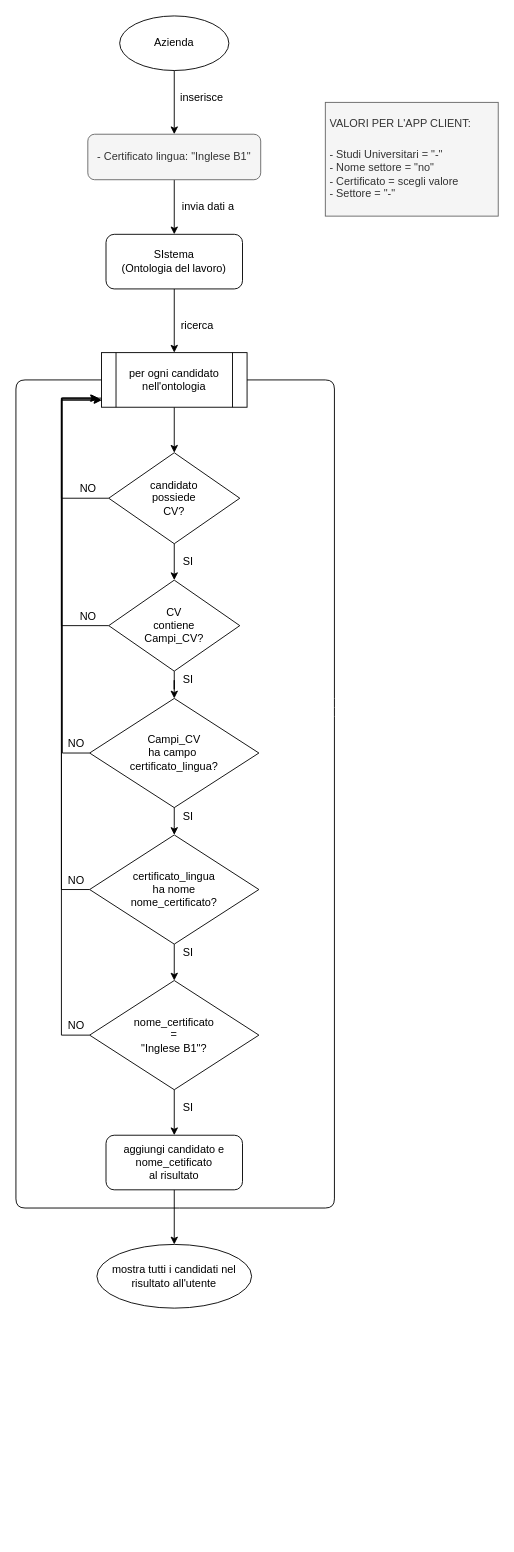
The draw.io diagram flowcharts/azienda/azienda query 2.drawio in salvo1196/ModSemProject, before the edit. Source tidied: cells renumbered, new cells numbered last; positions are measured from the earlier drawing's top-left corner, leaving out a move shared by most shapes. Both pictures are drawn from the tidied source at 91%, with x=0, y=0 at pixel (15, 15).
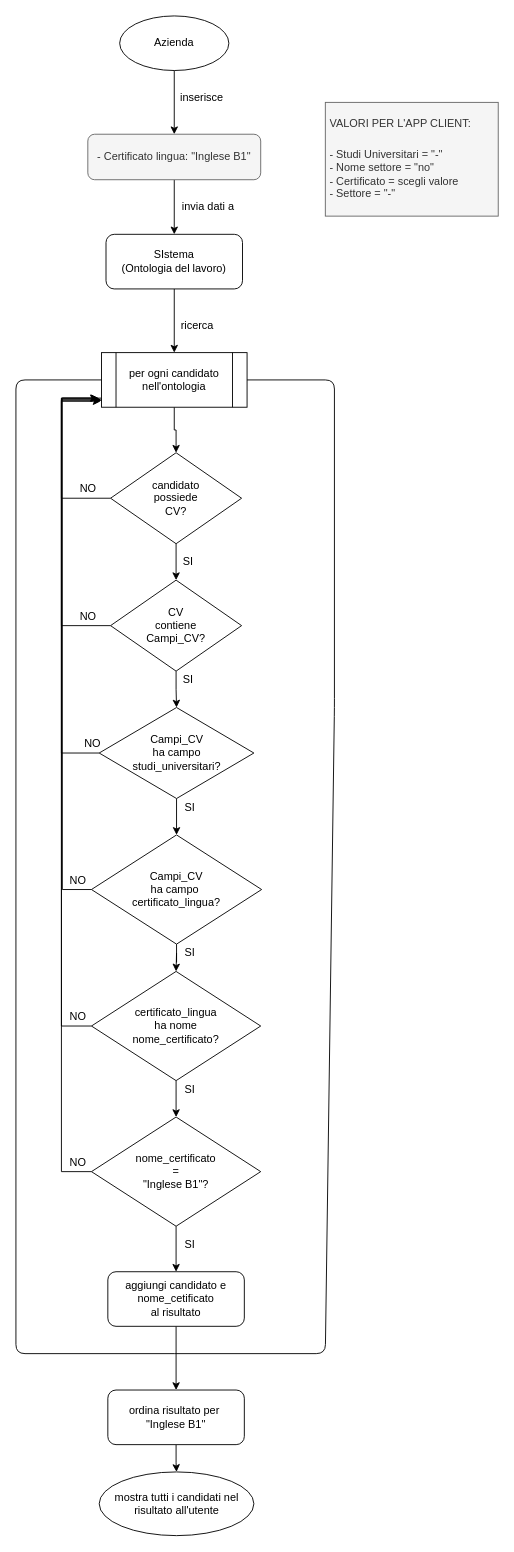
After the change.

The change refers to these unchanged cells:
```xml
<mxCell id="15" value="per ogni candidato nell'ontologia" style="shape=process;whiteSpace=wrap;html=1;backgroundOutline=1;" parent="1" vertex="1">
  <mxGeometry x="94" y="370" width="160" height="60" as="geometry" />
</mxCell>
```

The edit, as a diff of the source:
```diff
@@
     <mxCell id="9" value="candidato &lt;br&gt;possiede &lt;br&gt;CV?" style="rhombus;whiteSpace=wrap;html=1;" parent="1" vertex="1">
-      <mxGeometry x="102" y="480" width="144" height="100" as="geometry" />
+      <mxGeometry x="104" y="480" width="144" height="100" as="geometry" />
     </mxCell>
@@
-    <mxCell id="19" style="edgeStyle=orthogonalEdgeStyle;rounded=0;jettySize=auto;html=1;entryX=0.5;entryY=0;entryDx=0;entryDy=0;" parent="1" edge="1" source="20" target="25">
-      <mxGeometry relative="1" as="geometry" />
-    </mxCell>
+    <mxCell id="44" style="edgeStyle=orthogonalEdgeStyle;rounded=0;jettySize=auto;html=1;entryX=0.5;entryY=0;entryDx=0;entryDy=0;" parent="1" edge="1" source="20" target="48">
+      <mxGeometry relative="1" as="geometry" />
+    </mxCell>
     <mxCell id="20" value="&lt;span&gt;CV &lt;br&gt;contiene &lt;br&gt;Campi_CV?&lt;/span&gt;" style="rhombus;whiteSpace=wrap;html=1;" parent="1" vertex="1">
-      <mxGeometry x="102" y="620" width="144" height="100" as="geometry" />
+      <mxGeometry x="104" y="620" width="144" height="100" as="geometry" />
     </mxCell>
@@
     <mxCell id="23" value="NO" style="text;html=1;align=center;verticalAlign=middle;" parent="1" vertex="1">
-      <mxGeometry x="51" y="790" width="30" height="20" as="geometry" />
+      <mxGeometry x="53" y="940" width="30" height="20" as="geometry" />
     </mxCell>
     <mxCell id="24" style="edgeStyle=orthogonalEdgeStyle;rounded=0;jettySize=auto;html=1;exitX=0;exitY=0.5;exitDx=0;exitDy=0;" parent="1" edge="1" source="25">
       <mxGeometry relative="1" as="geometry">
         <mxPoint x="91" y="420" as="targetPoint" />
         <Array as="points">
-          <mxPoint x="51" y="810" />
+          <mxPoint x="51" y="960" />
           <mxPoint x="51" y="420" />
         </Array>
       </mxGeometry>
     </mxCell>
     <mxCell id="25" value="&lt;span&gt;Campi_CV &lt;br&gt;ha campo&amp;nbsp;&lt;br&gt;certificato_lingua?&lt;br&gt;&lt;/span&gt;" style="rhombus;whiteSpace=wrap;html=1;" parent="1" vertex="1">
-      <mxGeometry x="81" y="750" width="186" height="120" as="geometry" />
+      <mxGeometry x="83" y="900" width="187" height="120" as="geometry" />
     </mxCell>
     <mxCell id="26" style="edgeStyle=orthogonalEdgeStyle;rounded=0;jettySize=auto;html=1;entryX=0.5;entryY=0;entryDx=0;entryDy=0;" parent="1" edge="1" source="25">
       <mxGeometry relative="1" as="geometry">
-        <mxPoint x="174" y="900" as="targetPoint" />
+        <mxPoint x="176" y="1050" as="targetPoint" />
       </mxGeometry>
     </mxCell>
     <mxCell id="27" value="SI" style="text;html=1;align=center;verticalAlign=middle;" parent="1" vertex="1">
-      <mxGeometry x="174" y="870" width="30" height="20" as="geometry" />
+      <mxGeometry x="176" y="1020" width="30" height="20" as="geometry" />
     </mxCell>
     <mxCell id="28" style="edgeStyle=orthogonalEdgeStyle;rounded=0;jettySize=auto;html=1;entryX=-0.001;entryY=0.863;entryDx=0;entryDy=0;entryPerimeter=0;exitX=0;exitY=0.5;exitDx=0;exitDy=0;" parent="1" edge="1" source="30" target="15">
       <mxGeometry relative="1" as="geometry">
         <Array as="points">
-          <mxPoint x="50" y="960" />
+          <mxPoint x="50" y="1110" />
           <mxPoint x="50" y="422" />
         </Array>
       </mxGeometry>
     </mxCell>
@@
     <mxCell id="30" value="&lt;span&gt;certificato_lingua&lt;br&gt;ha nome&lt;br&gt;nome_certificato?&lt;br&gt;&lt;/span&gt;" style="rhombus;whiteSpace=wrap;html=1;" parent="1" vertex="1">
-      <mxGeometry x="81" y="900" width="186" height="120" as="geometry" />
+      <mxGeometry x="83" y="1050" width="186" height="120" as="geometry" />
     </mxCell>
     <mxCell id="31" value="SI" style="text;html=1;align=center;verticalAlign=middle;" parent="1" vertex="1">
-      <mxGeometry x="174" y="1020" width="30" height="20" as="geometry" />
+      <mxGeometry x="176" y="1170" width="30" height="20" as="geometry" />
     </mxCell>
     <mxCell id="32" value="NO" style="text;html=1;align=center;verticalAlign=middle;" parent="1" vertex="1">
-      <mxGeometry x="51" y="940" width="30" height="20" as="geometry" />
+      <mxGeometry x="53" y="1090" width="30" height="20" as="geometry" />
     </mxCell>
-    <mxCell id="33" style="edgeStyle=orthogonalEdgeStyle;rounded=0;jettySize=auto;html=1;entryX=0.5;entryY=0;entryDx=0;entryDy=0;" parent="1" edge="1" source="34" target="35">
-      <mxGeometry relative="1" as="geometry" />
-    </mxCell>
+    <mxCell id="45" style="edgeStyle=orthogonalEdgeStyle;rounded=0;jettySize=auto;html=1;" parent="1" edge="1" source="34" target="52">
+      <mxGeometry relative="1" as="geometry" />
+    </mxCell>
     <mxCell id="34" value="aggiungi candidato e nome_cetificato&lt;br&gt;al risultato" style="rounded=1;whiteSpace=wrap;html=1;" parent="1" vertex="1">
-      <mxGeometry x="99" y="1230" width="150" height="60" as="geometry" />
+      <mxGeometry x="101" y="1380" width="150" height="60" as="geometry" />
     </mxCell>
     <mxCell id="35" value="&lt;span&gt;mostra tutti i candidati nel risultato all'utente&lt;/span&gt;" style="ellipse;whiteSpace=wrap;html=1;" parent="1" vertex="1">
-      <mxGeometry x="89" y="1350" width="170" height="70" as="geometry" />
+      <mxGeometry x="91.5" y="1600" width="170" height="70" as="geometry" />
     </mxCell>
     <mxCell id="36" style="endArrow=none;html=1;entryX=1;entryY=0.5;entryDx=0;entryDy=0;" parent="1" edge="1" target="15">
       <mxGeometry relative="1" as="geometry">
-        <mxPoint x="180" y="1310" as="sourcePoint" />
+        <mxPoint x="174" y="1470" as="sourcePoint" />
         <Array as="points">
-          <mxPoint x="350" y="1310" />
+          <mxPoint x="340" y="1470" />
           <mxPoint x="350" y="760" />
           <mxPoint x="350" y="400" />
         </Array>
       </mxGeometry>
     </mxCell>
     <mxCell id="37" style="endArrow=none;html=1;entryX=0;entryY=0.5;entryDx=0;entryDy=0;" parent="1" edge="1" target="15">
       <mxGeometry relative="1" as="geometry">
-        <mxPoint x="180" y="1310" as="sourcePoint" />
+        <mxPoint x="174" y="1470" as="sourcePoint" />
         <Array as="points">
-          <mxPoint y="1310" />
+          <mxPoint y="1470" />
           <mxPoint y="400" />
         </Array>
       </mxGeometry>
     </mxCell>
@@
     <mxCell id="39" style="edgeStyle=orthogonalEdgeStyle;rounded=0;jettySize=auto;html=1;entryX=0.001;entryY=0.872;entryDx=0;entryDy=0;entryPerimeter=0;" parent="1" edge="1" source="41" target="15">
       <mxGeometry relative="1" as="geometry">
         <Array as="points">
-          <mxPoint x="50" y="1120" />
+          <mxPoint x="50" y="1270" />
           <mxPoint x="50" y="422" />
         </Array>
       </mxGeometry>
     </mxCell>
@@
     <mxCell id="41" value="&lt;span&gt;nome_certificato&lt;br&gt;=&lt;br&gt;&lt;/span&gt;&quot;Inglese B1&quot;?&lt;span&gt;&lt;br&gt;&lt;/span&gt;" style="rhombus;whiteSpace=wrap;html=1;" parent="1" vertex="1">
-      <mxGeometry x="81" y="1060" width="186" height="120" as="geometry" />
+      <mxGeometry x="83" y="1210" width="186" height="120" as="geometry" />
     </mxCell>
     <mxCell id="42" value="NO" style="text;html=1;align=center;verticalAlign=middle;" parent="1" vertex="1">
-      <mxGeometry x="51" y="1100" width="30" height="20" as="geometry" />
+      <mxGeometry x="53" y="1250" width="30" height="20" as="geometry" />
     </mxCell>
     <mxCell id="43" value="SI" style="text;html=1;align=center;verticalAlign=middle;" parent="1" vertex="1">
-      <mxGeometry x="174" y="1190" width="30" height="20" as="geometry" />
+      <mxGeometry x="176" y="1340" width="30" height="20" as="geometry" />
     </mxCell>
+    <mxCell id="46" style="edgeStyle=orthogonalEdgeStyle;rounded=0;jettySize=auto;html=1;" parent="1" edge="1" source="48" target="25">
+      <mxGeometry relative="1" as="geometry" />
+    </mxCell>
+    <mxCell id="47" style="edgeStyle=orthogonalEdgeStyle;rounded=0;jettySize=auto;html=1;entryX=-0.006;entryY=0.892;entryDx=0;entryDy=0;entryPerimeter=0;" parent="1" edge="1" source="48" target="15">
+      <mxGeometry relative="1" as="geometry">
+        <Array as="points">
+          <mxPoint x="50" y="810" />
+          <mxPoint x="50" y="424" />
+        </Array>
+      </mxGeometry>
+    </mxCell>
+    <mxCell id="48" value="&lt;span&gt;Campi_CV&lt;br&gt;ha campo&lt;br&gt;studi_universitari?&lt;/span&gt;" style="rhombus;whiteSpace=wrap;html=1;" parent="1" vertex="1">
+      <mxGeometry x="91.5" y="760" width="170" height="100" as="geometry" />
+    </mxCell>
+    <mxCell id="49" value="NO" style="text;html=1;align=center;verticalAlign=middle;" parent="1" vertex="1">
+      <mxGeometry x="69" y="790" width="30" height="20" as="geometry" />
+    </mxCell>
+    <mxCell id="50" value="SI" style="text;html=1;align=center;verticalAlign=middle;" parent="1" vertex="1">
+      <mxGeometry x="176" y="860" width="30" height="20" as="geometry" />
+    </mxCell>
+    <mxCell id="51" style="edgeStyle=orthogonalEdgeStyle;rounded=0;jettySize=auto;html=1;" parent="1" edge="1" source="52" target="35">
+      <mxGeometry relative="1" as="geometry" />
+    </mxCell>
+    <mxCell id="52" value="ordina risultato per&amp;nbsp;&lt;br&gt;&quot;Inglese B1&quot;" style="rounded=1;whiteSpace=wrap;html=1;" parent="1" vertex="1">
+      <mxGeometry x="101" y="1510" width="150" height="60" as="geometry" />
+    </mxCell>
```
